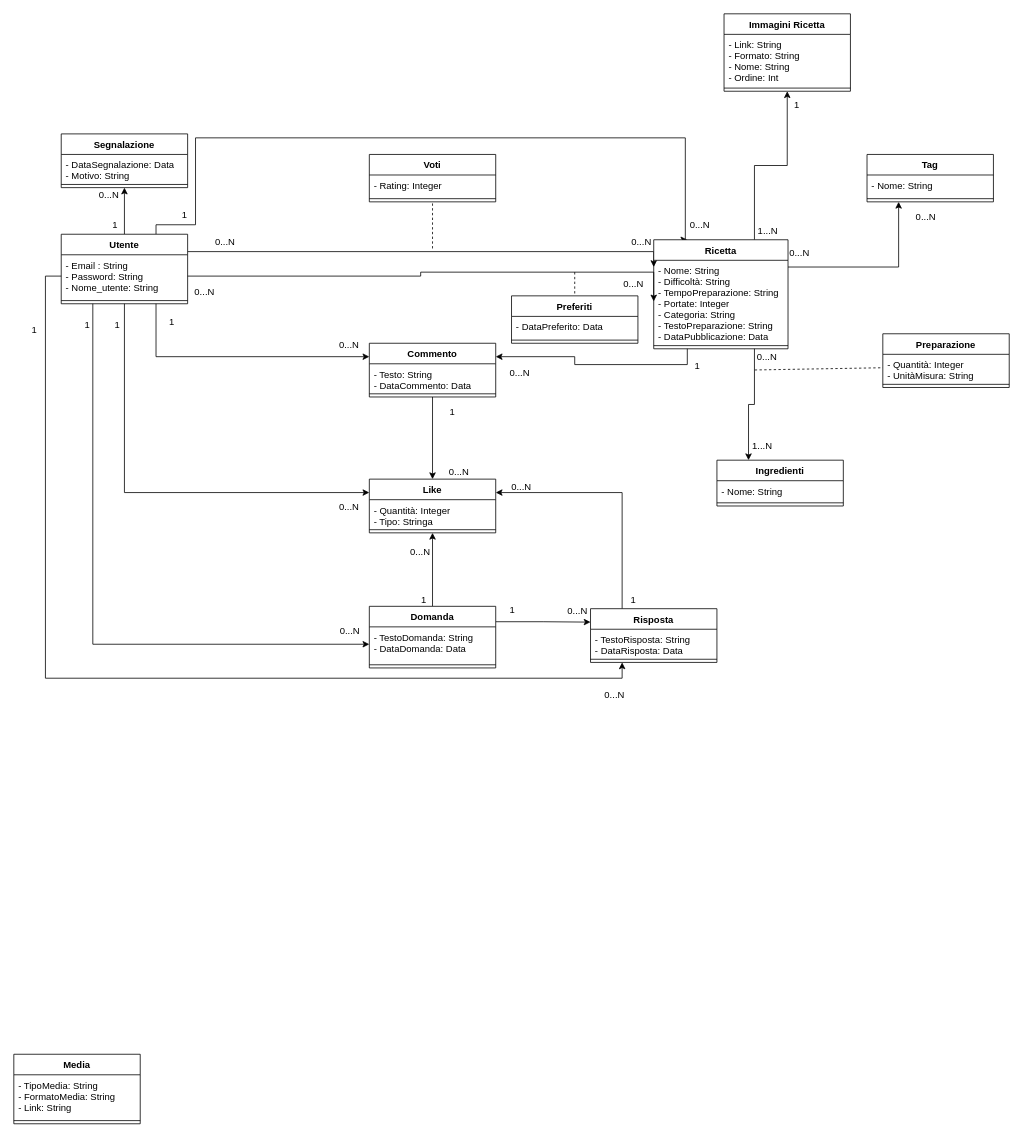
SimoneG97/ApplicazioniPerDispositiviMobili keeps this draw.io diagram as Documentazione/Class Diagram.drawio. Above is the earlier version. Source tidied: cells renumbered, new cells numbered last; positions are measured from the earlier drawing's top-left corner, leaving out a move shared by most shapes. Both pictures are drawn from the tidied source at 79%, with x=0, y=0 at pixel (13, 13).
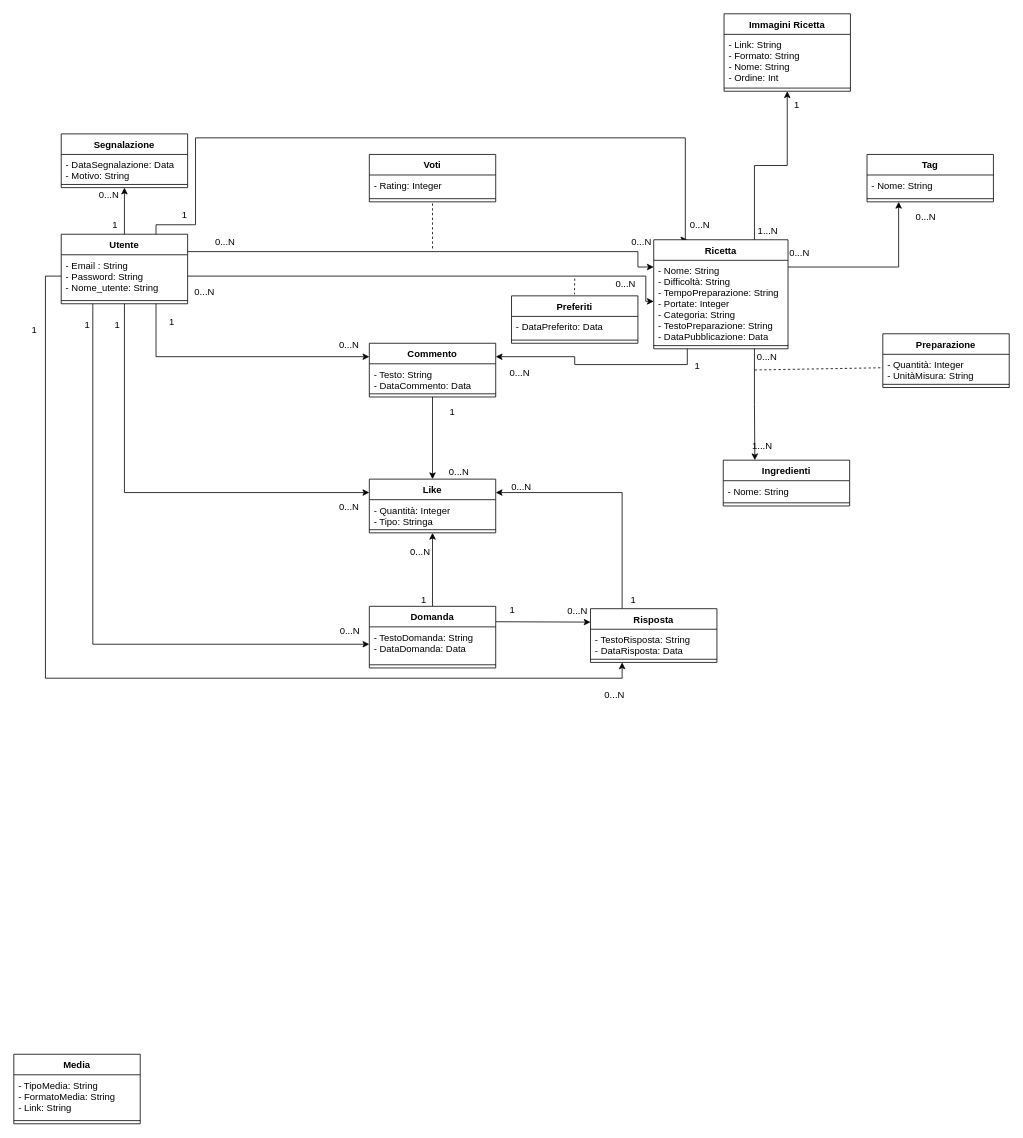
The same page after the edit.

Unchanged cells that the change refers to:
```xml
<mxCell id="8" value="Utente" style="swimlane;fontStyle=1;align=center;verticalAlign=top;horizontal=1;startSize=26;" parent="1" vertex="1">
  <mxGeometry x="60" y="279" width="160" height="88" as="geometry" />
</mxCell>
<mxCell id="9" value="- Email : String&#10;- Password: String&#10;- Nome_utente: String&#10;" style="text;strokeColor=none;fillColor=none;align=left;verticalAlign=top;spacingLeft=4;spacingRight=4;overflow=hidden;points=[[0,0.5],[1,0.5]];portConstraint=eastwest;" parent="8" vertex="1">
  <mxGeometry y="26" width="160" height="54" as="geometry" />
</mxCell>
<mxCell id="15" value="Ricetta" style="swimlane;fontStyle=1;align=center;verticalAlign=top;horizontal=1;startSize=26;" parent="1" vertex="1">
  <mxGeometry x="810" y="286" width="170" height="138" as="geometry" />
</mxCell>
<mxCell id="16" value="- Nome: String&#10;- Difficoltà: String&#10;- TempoPreparazione: String&#10;- Portate: Integer&#10;- Categoria: String&#10;- TestoPreparazione: String&#10;- DataPubblicazione: Data&#10;&#10;" style="text;strokeColor=none;fillColor=none;align=left;verticalAlign=top;spacingLeft=4;spacingRight=4;overflow=hidden;points=[[0,0.5],[1,0.5]];portConstraint=eastwest;" parent="15" vertex="1">
  <mxGeometry y="26" width="170" height="104" as="geometry" />
</mxCell>
<mxCell id="34" value="Preferiti" style="swimlane;fontStyle=1;align=center;verticalAlign=top;horizontal=1;startSize=26;" parent="1" vertex="1">
  <mxGeometry x="630" y="357" width="160" height="60" as="geometry" />
</mxCell>
<mxCell id="42" value="Domanda" style="swimlane;fontStyle=1;align=center;verticalAlign=top;horizontal=1;startSize=26;" parent="1" vertex="1">
  <mxGeometry x="450" y="750" width="160" height="78" as="geometry" />
</mxCell>
<mxCell id="46" value="Risposta" style="swimlane;fontStyle=1;align=center;verticalAlign=top;horizontal=1;startSize=26;" parent="1" vertex="1">
  <mxGeometry x="730" y="753" width="160" height="68" as="geometry" />
</mxCell>
```

Change to the diagram source:
```diff
@@
     <mxCell id="2" style="edgeStyle=orthogonalEdgeStyle;rounded=0;jettySize=auto;html=1;exitX=1;exitY=0.25;exitDx=0;exitDy=0;entryX=0;entryY=0.25;entryDx=0;entryDy=0;" parent="1" edge="1" source="8" target="15">
       <mxGeometry relative="1" as="geometry">
         <Array as="points">
-          <mxPoint x="810" y="301" />
+          <mxPoint x="790" y="301" />
+          <mxPoint x="790" y="321" />
         </Array>
       </mxGeometry>
     </mxCell>
@@
     <mxCell id="28" value="Ingredienti" style="swimlane;fontStyle=1;align=center;verticalAlign=top;horizontal=1;startSize=26;" parent="1" vertex="1">
-      <mxGeometry x="890" y="565" width="160" height="58" as="geometry" />
+      <mxGeometry x="898" y="565" width="160" height="58" as="geometry" />
     </mxCell>
@@
     <mxCell id="40" style="edgeStyle=orthogonalEdgeStyle;rounded=0;jettySize=auto;html=1;exitX=1;exitY=0.25;exitDx=0;exitDy=0;entryX=0;entryY=0.25;entryDx=0;entryDy=0;" parent="1" edge="1" source="42" target="46">
-      <mxGeometry relative="1" as="geometry" />
+      <mxGeometry relative="1" as="geometry">
+        <Array as="points">
+          <mxPoint x="610" y="770" />
+        </Array>
+      </mxGeometry>
     </mxCell>
@@
-    <mxCell id="53" style="endArrow=none;dashed=1;html=1;entryX=0.5;entryY=0;entryDx=0;entryDy=0;" parent="1" edge="1" target="34">
+    <mxCell id="53" style="endArrow=none;dashed=1;html=1;entryX=0.5;entryY=0;entryDx=0;entryDy=0;" parent="1" edge="1">
       <mxGeometry relative="1" as="geometry">
-        <mxPoint x="710" y="327" as="sourcePoint" />
+        <mxPoint x="710" y="335" as="sourcePoint" />
+        <mxPoint x="709.7" y="355" as="targetPoint" />
       </mxGeometry>
     </mxCell>
@@
     <mxCell id="62" style="edgeStyle=orthogonalEdgeStyle;rounded=0;jettySize=auto;html=1;exitX=1;exitY=0.5;exitDx=0;exitDy=0;entryX=0;entryY=0.5;entryDx=0;entryDy=0;" parent="1" edge="1" source="9" target="16">
       <mxGeometry relative="1" as="geometry">
         <Array as="points">
-          <mxPoint x="515" y="332" />
-          <mxPoint x="515" y="327" />
-          <mxPoint x="810" y="327" />
+          <mxPoint x="800" y="332" />
+          <mxPoint x="800" y="364" />
         </Array>
       </mxGeometry>
     </mxCell>
@@
     <mxCell id="64" value="0...N" style="text;html=1;align=left;verticalAlign=top;spacingTop=-4;" parent="1" vertex="1">
-      <mxGeometry x="770" y="332" width="40" height="20" as="geometry" />
+      <mxGeometry x="760" y="332" width="40" height="20" as="geometry" />
     </mxCell>
```
